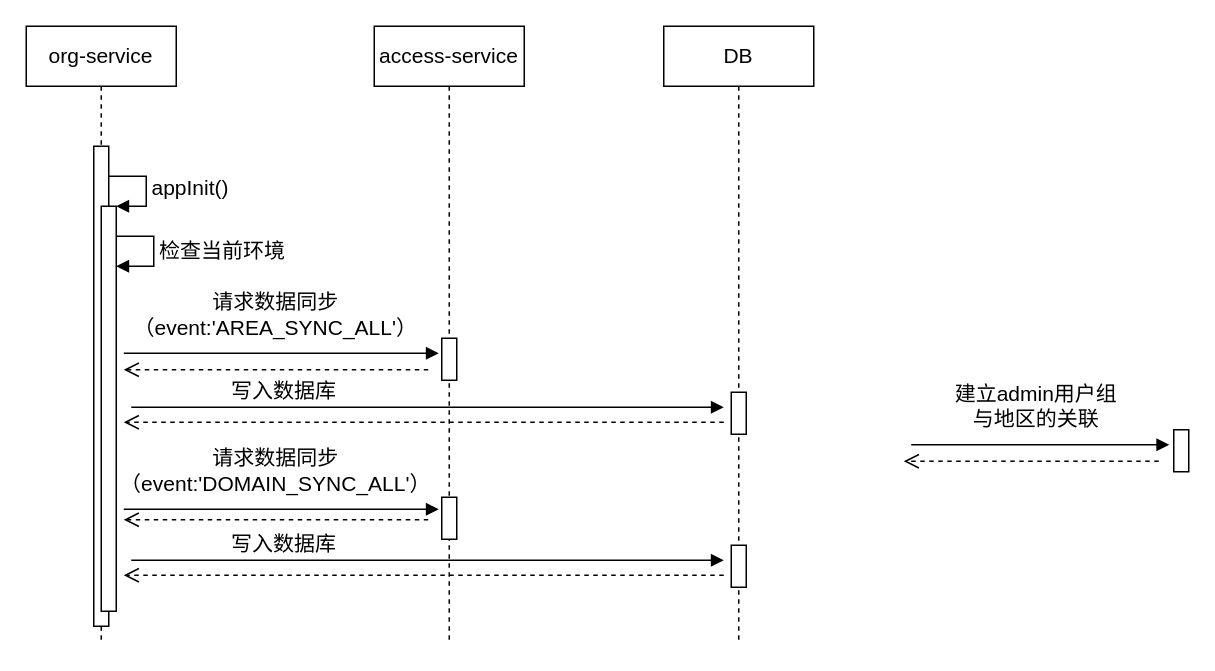
The draw.io diagram page "sequence-syncAll" (6 of 6) of CDRS/module-design.drawio in waterwatermelon/graph, before the edit. Source tidied: cells renumbered, new cells numbered last; positions are measured from the earlier drawing's top-left corner, leaving out a move shared by most shapes. Both pictures are drawn from the tidied source at 150%, with x=0, y=0 at pixel (26, 26).
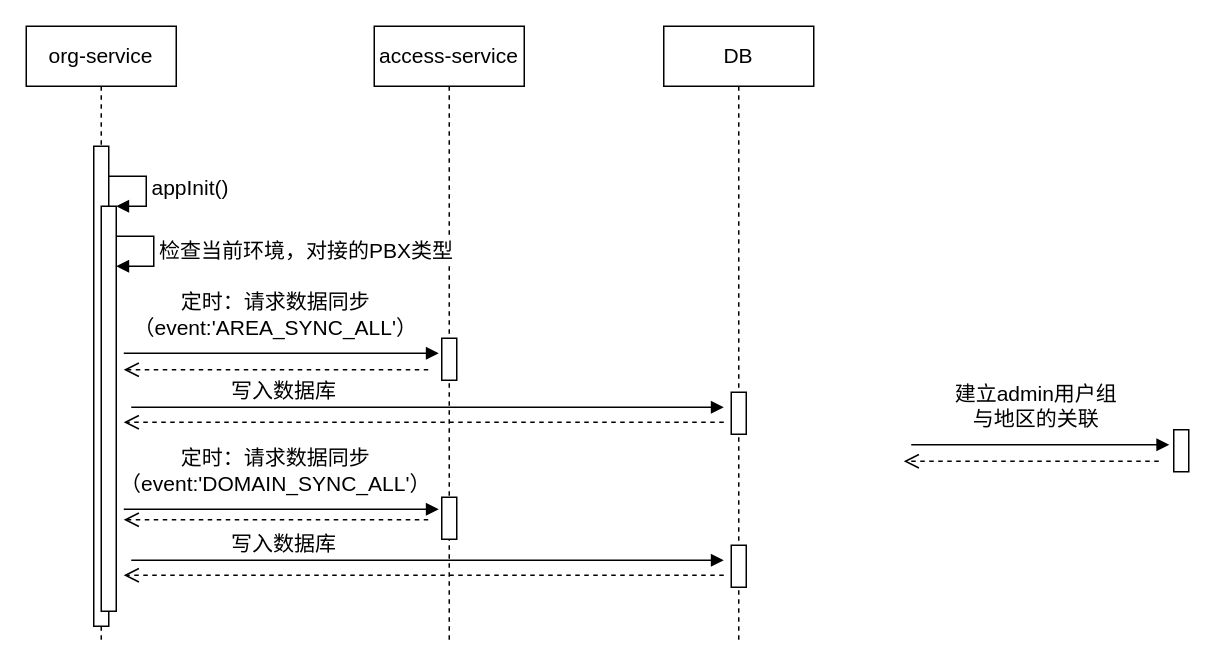
The same page after the edit.

What changed in the source:
```diff
@@
-    <mxCell id="12" value="检查当前环境" style="edgeStyle=orthogonalEdgeStyle;html=1;align=left;spacingLeft=2;endArrow=block;rounded=0;fontSize=14;" parent="1" edge="1">
+    <mxCell id="12" value="检查当前环境，对接的PBX类型" style="edgeStyle=orthogonalEdgeStyle;html=1;align=left;spacingLeft=2;endArrow=block;rounded=0;fontSize=14;" parent="1" edge="1">
       <mxGeometry relative="1" as="geometry">
         <mxPoint x="60" y="140" as="sourcePoint" />
         <mxPoint x="60" y="160" as="targetPoint" />
         <Array as="points">
           <mxPoint x="85" y="140" />
         </Array>
       </mxGeometry>
     </mxCell>
@@
-    <mxCell id="14" value="请求数据同步&lt;br&gt;（event:'AREA_SYNC_ALL'）" style="html=1;verticalAlign=bottom;endArrow=block;fontSize=14;" parent="1" edge="1">
+    <mxCell id="14" value="定时：请求数据同步&lt;br&gt;（event:'AREA_SYNC_ALL'）" style="html=1;verticalAlign=bottom;endArrow=block;fontSize=14;" parent="1" edge="1">
       <mxGeometry x="-0.04" y="6" relative="1" as="geometry">
         <mxPoint x="65" y="218" as="sourcePoint" />
         <mxPoint x="275" y="218" as="targetPoint" />
       </mxGeometry>
     </mxCell>
@@
-    <mxCell id="19" value="请求数据同步&lt;br&gt;（event:'DOMAIN_SYNC_ALL'）" style="html=1;verticalAlign=bottom;endArrow=block;fontSize=14;" parent="1" edge="1">
+    <mxCell id="19" value="定时：请求数据同步&lt;br&gt;（event:'DOMAIN_SYNC_ALL'）" style="html=1;verticalAlign=bottom;endArrow=block;fontSize=14;" parent="1" edge="1">
       <mxGeometry x="-0.04" y="6" relative="1" as="geometry">
         <mxPoint x="65" y="322" as="sourcePoint" />
         <mxPoint x="275" y="322" as="targetPoint" />
       </mxGeometry>
     </mxCell>
```
